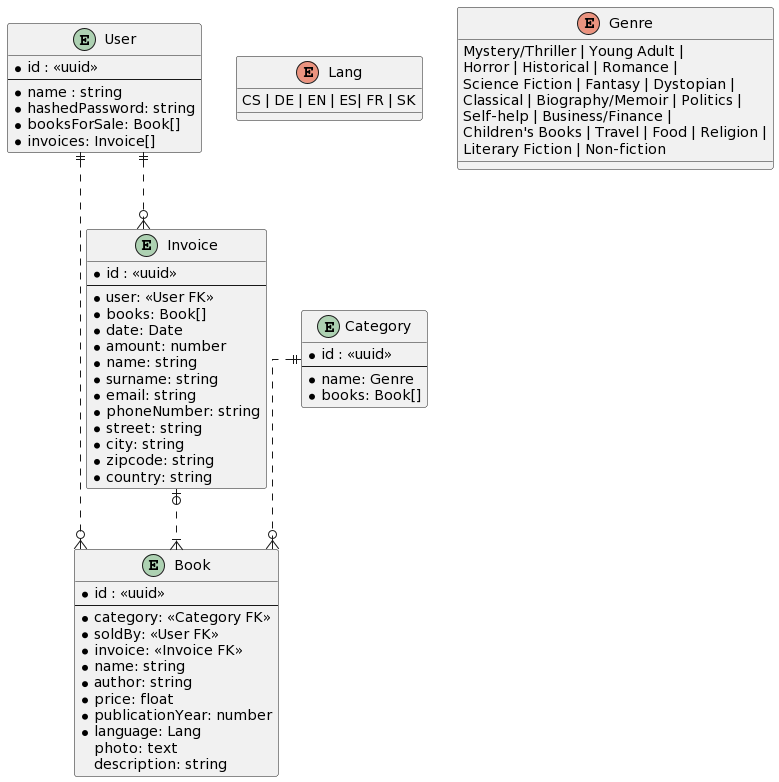
Earlier version of the PlantUML export backend/prisma/diagrams/book_market.png (jzizka8/BookMarket).
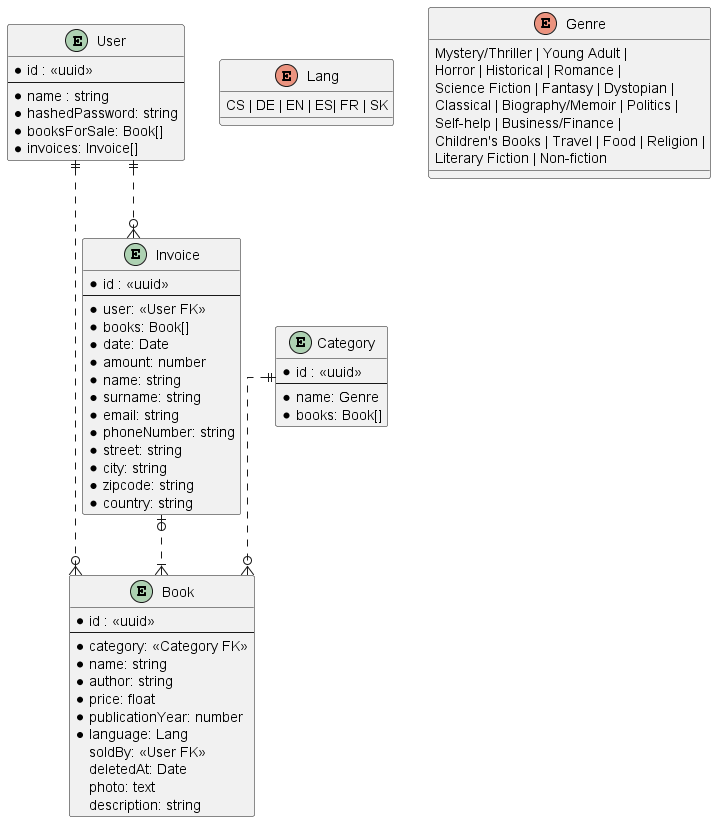
Later version of the same file.

Diff of the diagram source:
```diff
@@ -1,4 +1,5 @@
-@startuml
+@startuml book_market
+
 skinparam linetype ortho
 
 entity "User" {
@@ -14,13 +15,13 @@
   *id : <<uuid>>
   --
   *category: <<Category FK>>
-  *soldBy: <<User FK>>
-  *invoice: <<Invoice FK>>
   *name: string
   *author: string
   *price: float
   *publicationYear: number
   *language: Lang
+  soldBy: <<User FK>>
+  deletedAt: Date
   photo: text
   description: string
 }
@@ -67,4 +68,5 @@
 User ||..o{ Invoice
 User ||..o{ Book
 Invoice |o..|{ Book
+
 @enduml
```
